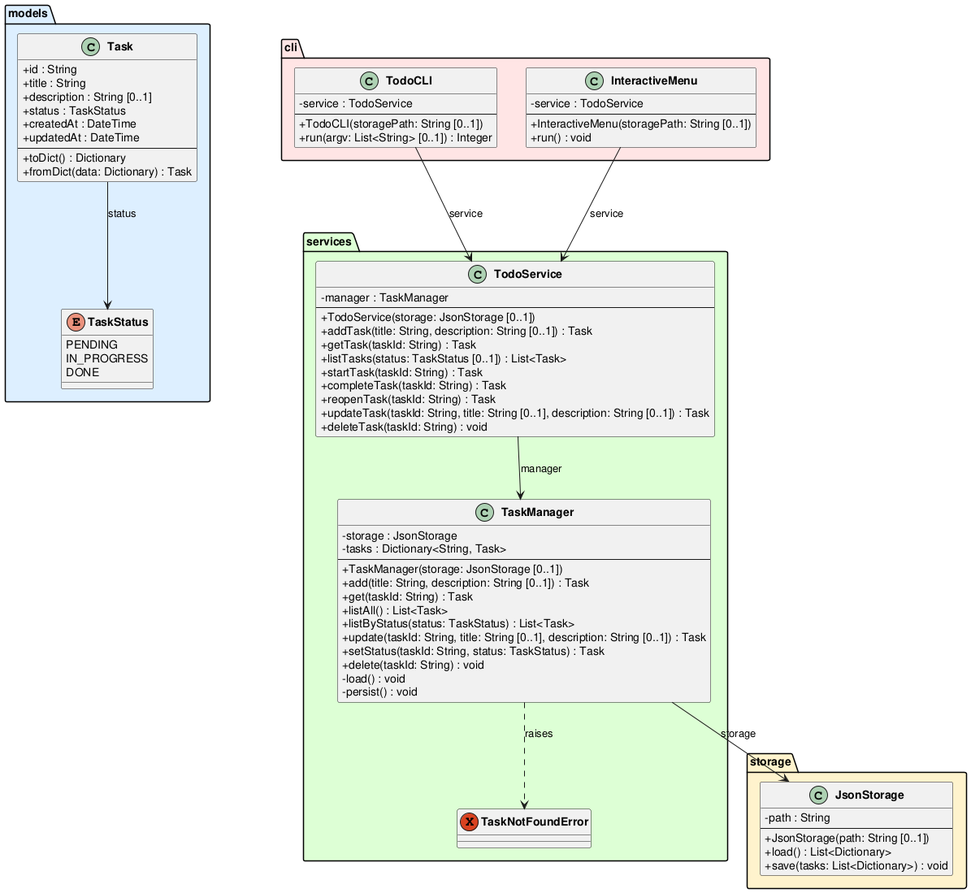
Earlier version of the PlantUML export experiments/pipeline/structured_text/TODO/artifacts/class_diagram.png (DanielRiha8906/Software_autoevolution_using_agents).
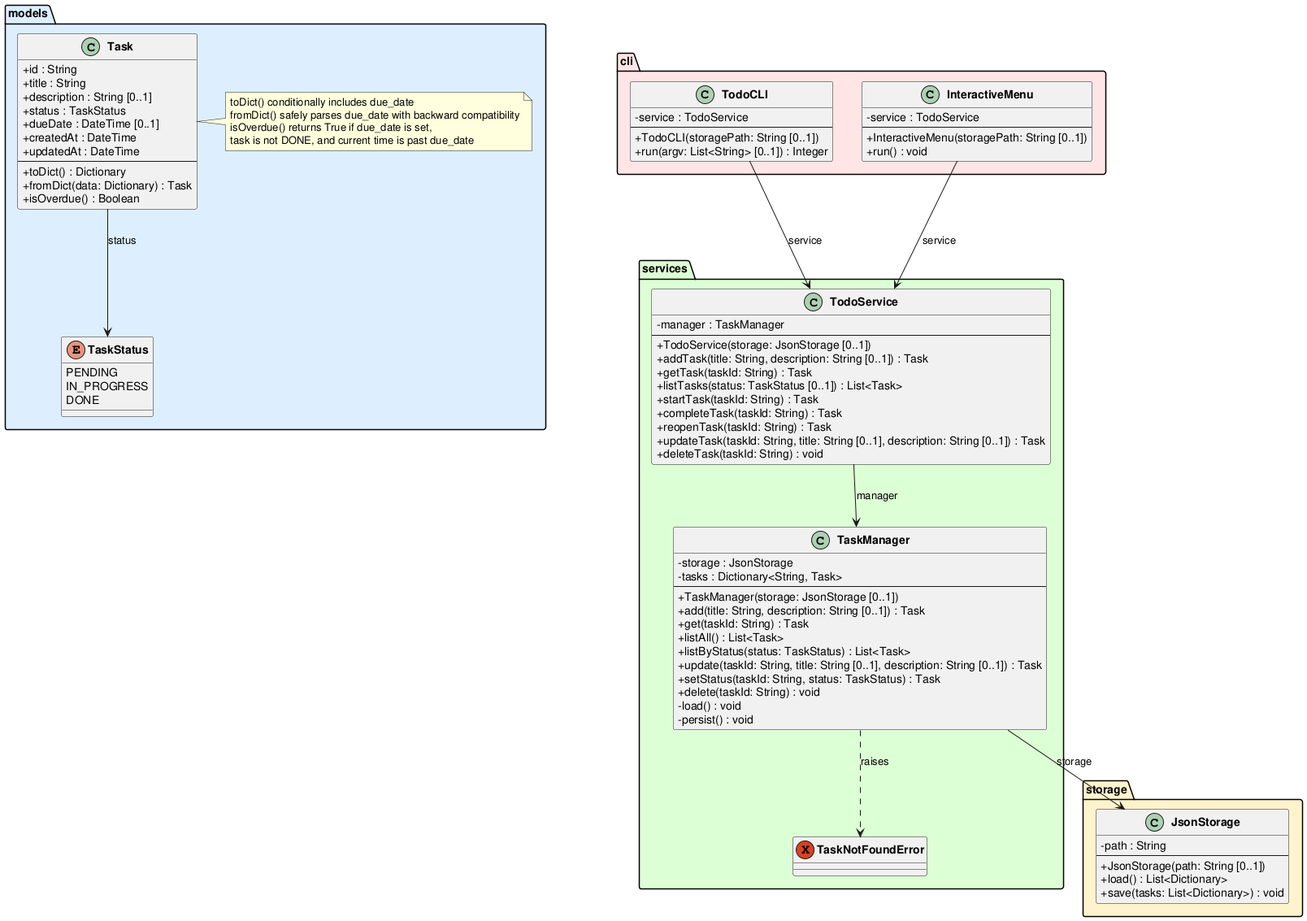
Above is the later version.

Change to the diagram source:
```diff
@@ -15,12 +15,20 @@
         +title : String
         +description : String [0..1]
         +status : TaskStatus
+        +dueDate : DateTime [0..1]
         +createdAt : DateTime
         +updatedAt : DateTime
         --
         +toDict() : Dictionary
         +fromDict(data: Dictionary) : Task
+        +isOverdue() : Boolean
     }
+    note right of Task
+        toDict() conditionally includes due_date
+        fromDict() safely parses due_date with backward compatibility
+        isOverdue() returns True if due_date is set,
+        task is not DONE, and current time is past due_date
+    end note
 }
 
 package "storage" #FFF3CC {
```
